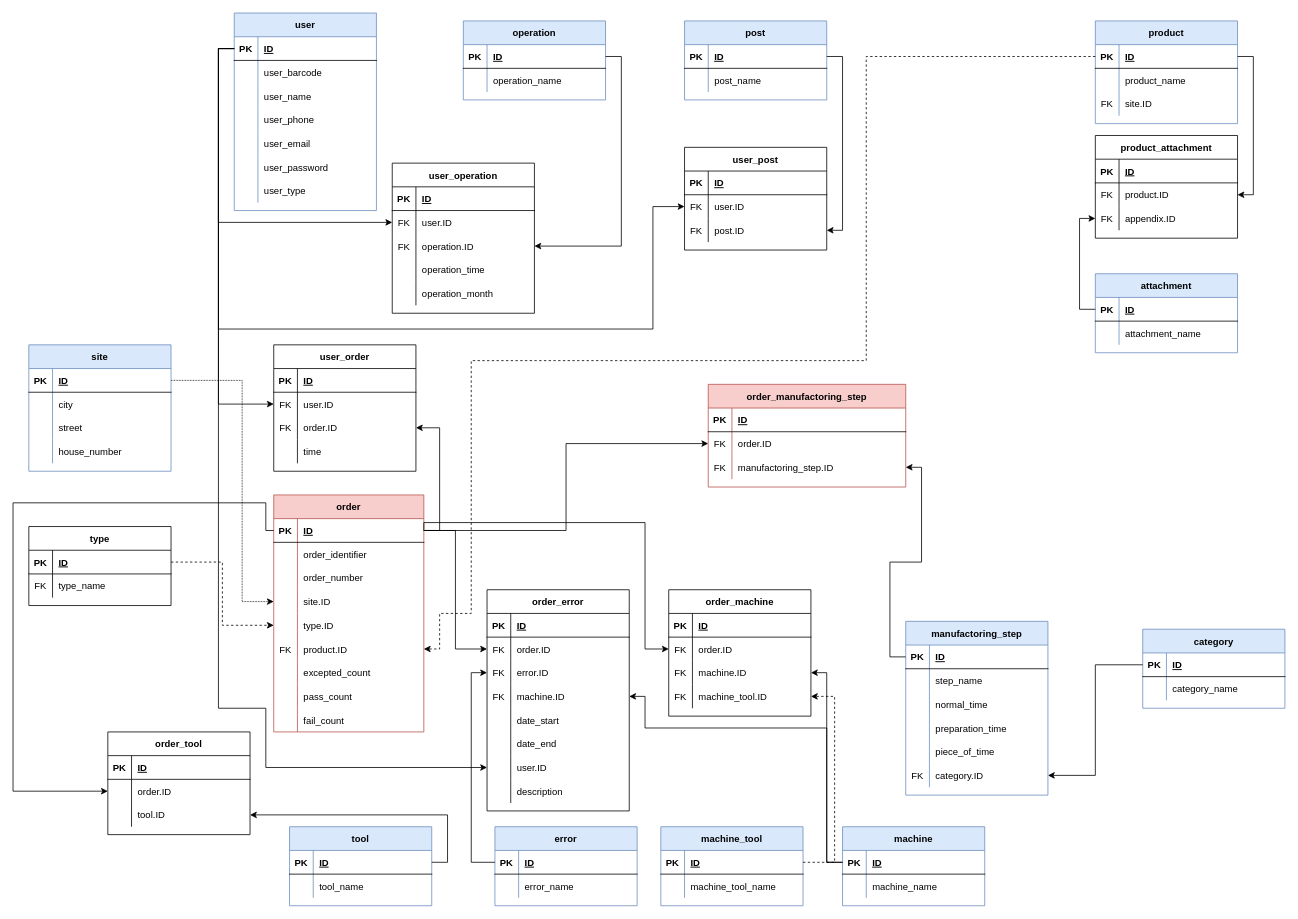
The draw.io diagram DOC/diagrams/database_plan_2_0_0.drawio in KerteszZoltan/mesterminal, before the edit. Source tidied: cells renumbered, new cells numbered last; positions are measured from the earlier drawing's top-left corner, leaving out a move shared by most shapes. Both pictures are drawn from the tidied source at 79%, with x=0, y=0 at pixel (13, 13).
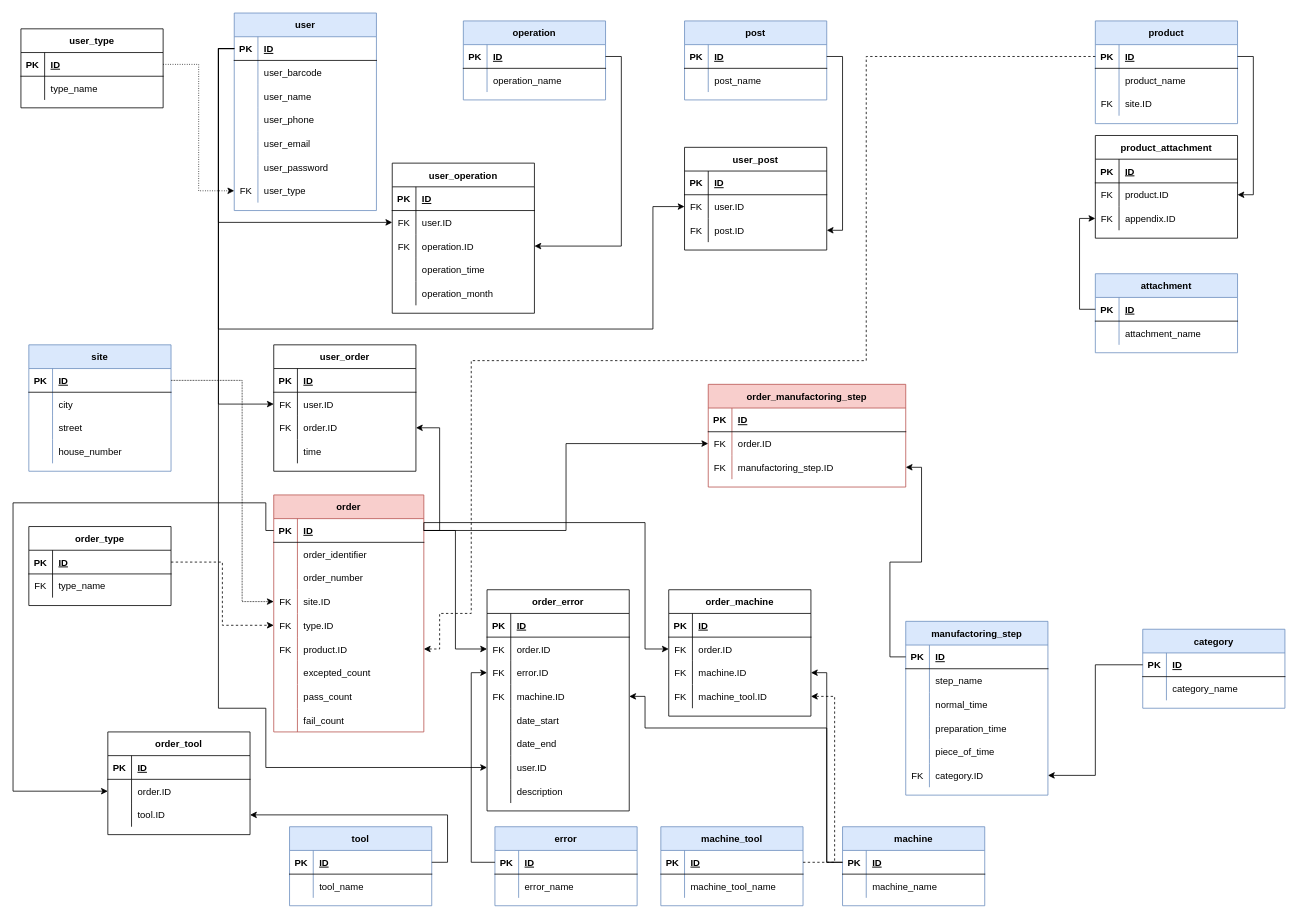
After the change.

The change refers to these unchanged cells:
```xml
<mxCell id="21" style="shape=partialRectangle;fillColor=none;top=0;left=0;bottom=0;right=0;points=[[0,0.5],[1,0.5]];portConstraint=eastwest;" parent="2" vertex="1">
  <mxGeometry y="210" width="180" height="30" as="geometry" />
</mxCell>
<mxCell id="78" style="shape=partialRectangle;fillColor=none;top=0;left=0;bottom=0;right=0;points=[[0,0.5],[1,0.5]];portConstraint=eastwest;" parent="68" vertex="1">
  <mxGeometry y="120" width="190" height="30" as="geometry" />
</mxCell>
<mxCell id="81" style="shape=partialRectangle;fillColor=none;top=0;left=0;bottom=0;right=0;points=[[0,0.5],[1,0.5]];portConstraint=eastwest;" parent="68" vertex="1">
  <mxGeometry y="150" width="190" height="30" as="geometry" />
</mxCell>
```

Diff of the diagram source:
```diff
@@
-    <mxCell id="22" style="shape=partialRectangle;fillColor=none;top=0;left=0;bottom=0;right=0;overflow=hidden;" parent="21" vertex="1">
+    <mxCell id="22" value="FK" style="shape=partialRectangle;fillColor=none;top=0;left=0;bottom=0;right=0;overflow=hidden;" parent="21" vertex="1">
       <mxGeometry width="30" height="30" as="geometry" />
     </mxCell>
@@
-    <mxCell id="79" style="shape=partialRectangle;fillColor=none;top=0;left=0;bottom=0;right=0;overflow=hidden;" parent="78" vertex="1">
+    <mxCell id="79" value="FK" style="shape=partialRectangle;fillColor=none;top=0;left=0;bottom=0;right=0;overflow=hidden;" parent="78" vertex="1">
       <mxGeometry width="30" height="30" as="geometry" />
     </mxCell>
@@
-    <mxCell id="82" style="shape=partialRectangle;fillColor=none;top=0;left=0;bottom=0;right=0;overflow=hidden;" parent="81" vertex="1">
+    <mxCell id="82" value="FK" style="shape=partialRectangle;fillColor=none;top=0;left=0;bottom=0;right=0;overflow=hidden;" parent="81" vertex="1">
       <mxGeometry width="30" height="30" as="geometry" />
     </mxCell>
@@
-    <mxCell id="186" value="type" style="shape=table;startSize=30;childLayout=tableLayout;rowLines=0;fontStyle=1;align=center;" parent="1" vertex="1">
+    <mxCell id="186" value="order_type" style="shape=table;startSize=30;childLayout=tableLayout;rowLines=0;fontStyle=1;align=center;" parent="1" vertex="1">
       <mxGeometry x="20" y="650" width="180" height="100" as="geometry" />
     </mxCell>
@@
+    <mxCell id="287" value="user_type" style="shape=table;startSize=30;childLayout=tableLayout;rowLines=0;fontStyle=1;align=center;" parent="1" vertex="1">
+      <mxGeometry x="10" y="20" width="180" height="100" as="geometry" />
+    </mxCell>
+    <mxCell id="288" style="shape=partialRectangle;fillColor=none;top=0;left=0;bottom=1;right=0;points=[[0,0.5],[1,0.5]];portConstraint=eastwest;" parent="287" vertex="1">
+      <mxGeometry y="30" width="180" height="30" as="geometry" />
+    </mxCell>
+    <mxCell id="289" value="PK" style="shape=partialRectangle;fillColor=none;top=0;left=0;bottom=0;right=0;fontStyle=1;overflow=hidden;" parent="288" vertex="1">
+      <mxGeometry width="30" height="30" as="geometry" />
+    </mxCell>
+    <mxCell id="290" value="ID" style="shape=partialRectangle;fillColor=none;top=0;left=0;bottom=0;right=0;align=left;spacingLeft=6;fontStyle=5;overflow=hidden;" parent="288" vertex="1">
+      <mxGeometry x="30" width="150" height="30" as="geometry" />
+    </mxCell>
+    <mxCell id="291" style="shape=partialRectangle;fillColor=none;top=0;left=0;bottom=0;right=0;" parent="287" vertex="1">
+      <mxGeometry y="60" width="180" height="30" as="geometry" />
+    </mxCell>
+    <mxCell id="292" style="shape=partialRectangle;fillColor=none;top=0;left=0;bottom=0;right=0;overflow=hidden;" parent="291" vertex="1">
+      <mxGeometry width="30" height="30" as="geometry" />
+    </mxCell>
+    <mxCell id="293" value="type_name" style="shape=partialRectangle;fillColor=none;top=0;left=0;bottom=0;right=0;align=left;spacingLeft=6;overflow=hidden;" parent="291" vertex="1">
+      <mxGeometry x="30" width="150" height="30" as="geometry" />
+    </mxCell>
+    <mxCell id="294" style="edgeStyle=orthogonalEdgeStyle;rounded=0;jettySize=auto;html=1;exitX=1;exitY=0.5;exitDx=0;exitDy=0;entryX=0;entryY=0.5;entryDx=0;entryDy=0;dashed=1;dashPattern=1 2;" parent="1" edge="1" source="288" target="21">
+      <mxGeometry relative="1" as="geometry" />
+    </mxCell>
```
